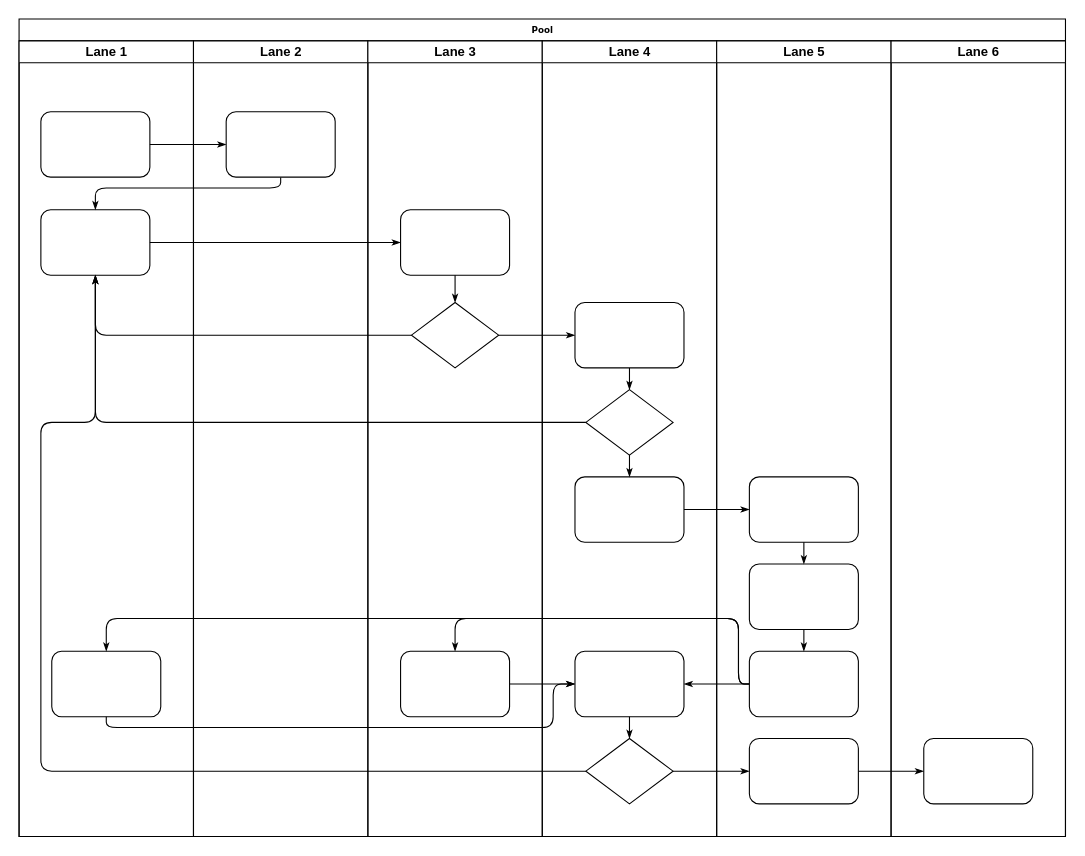
AhmadUbaidillah12/internship keeps this draw.io diagram as Untitled Diagram.drawio. Above is the earlier version. Source tidied: cells renumbered, new cells numbered last; positions are measured from the earlier drawing's top-left corner, leaving out a move shared by most shapes. Both pictures are drawn from the tidied source at 109%, with x=0, y=0 at pixel (19, 19).
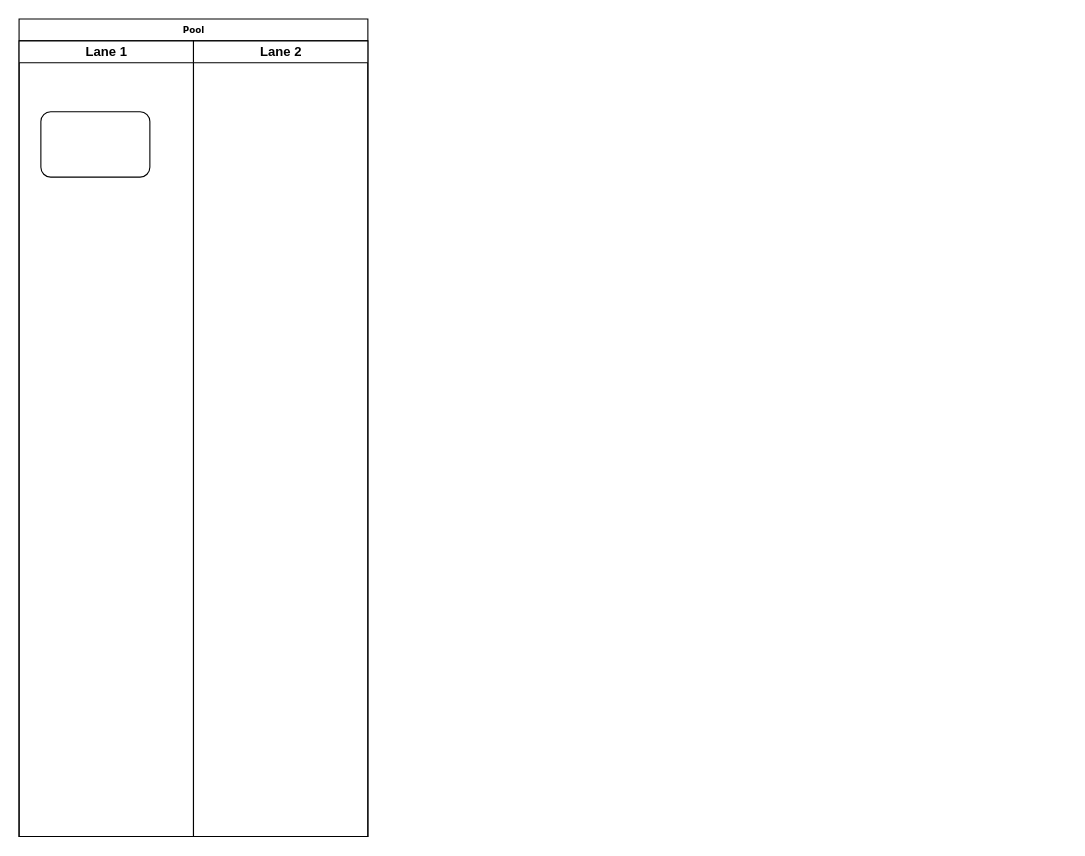
After the change.

The change refers to these unchanged cells:
```xml
<mxCell id="3" value="Lane 1" style="swimlane;html=1;startSize=20;" parent="2" vertex="1">
  <mxGeometry y="20" width="160" height="730" as="geometry" />
</mxCell>
<mxCell id="4" style="rounded=1;whiteSpace=wrap;html=1;shadow=0;labelBackgroundColor=none;strokeWidth=1;fontFamily=Verdana;fontSize=8;align=center;" parent="3" vertex="1">
  <mxGeometry x="20" y="65" width="100" height="60" as="geometry" />
</mxCell>
<mxCell id="22" value="Lane 2" style="swimlane;html=1;startSize=20;" parent="2" vertex="1">
  <mxGeometry x="160" y="20" width="160" height="730" as="geometry" />
</mxCell>
```

The edit, as a diff of the source:
```diff
@@
     <mxCell id="2" value="Pool" style="swimlane;html=1;startSize=20;rounded=0;shadow=0;labelBackgroundColor=none;strokeWidth=1;fontFamily=Verdana;fontSize=8;align=center;" parent="1" vertex="1">
-      <mxGeometry width="960" height="750" as="geometry" />
+      <mxGeometry width="320" height="750" as="geometry" />
     </mxCell>
@@
-    <mxCell id="5" style="rounded=1;whiteSpace=wrap;html=1;shadow=0;labelBackgroundColor=none;strokeWidth=1;fontFamily=Verdana;fontSize=8;align=center;" parent="3" vertex="1">
-      <mxGeometry x="20" y="155" width="100" height="60" as="geometry" />
-    </mxCell>
-    <mxCell id="6" style="rounded=1;whiteSpace=wrap;html=1;shadow=0;labelBackgroundColor=none;strokeWidth=1;fontFamily=Verdana;fontSize=8;align=center;" parent="3" vertex="1">
-      <mxGeometry x="30" y="560" width="100" height="60" as="geometry" />
-    </mxCell>
-    <mxCell id="7" style="edgeStyle=orthogonalEdgeStyle;rounded=1;html=1;labelBackgroundColor=none;startArrow=none;startFill=0;startSize=5;endArrow=classicThin;endFill=1;endSize=5;jettySize=auto;strokeWidth=1;fontFamily=Verdana;fontSize=8;" parent="2" edge="1" source="4" target="23">
-      <mxGeometry relative="1" as="geometry" />
-    </mxCell>
-    <mxCell id="8" style="edgeStyle=orthogonalEdgeStyle;rounded=1;html=1;labelBackgroundColor=none;startArrow=none;startFill=0;startSize=5;endArrow=classicThin;endFill=1;endSize=5;jettySize=auto;strokeWidth=1;fontFamily=Verdana;fontSize=8;" parent="2" edge="1" source="23" target="5">
-      <mxGeometry relative="1" as="geometry">
-        <Array as="points">
-          <mxPoint x="240" y="155" />
-          <mxPoint x="70" y="155" />
-        </Array>
-      </mxGeometry>
-    </mxCell>
-    <mxCell id="9" style="edgeStyle=orthogonalEdgeStyle;rounded=1;html=1;labelBackgroundColor=none;startArrow=none;startFill=0;startSize=5;endArrow=classicThin;endFill=1;endSize=5;jettySize=auto;strokeWidth=1;fontFamily=Verdana;fontSize=8;" parent="2" edge="1" source="5" target="25">
-      <mxGeometry relative="1" as="geometry" />
-    </mxCell>
-    <mxCell id="10" style="edgeStyle=orthogonalEdgeStyle;rounded=1;html=1;labelBackgroundColor=none;startArrow=none;startFill=0;startSize=5;endArrow=classicThin;endFill=1;endSize=5;jettySize=auto;strokeWidth=1;fontFamily=Verdana;fontSize=8;" parent="2" edge="1" source="26" target="5">
-      <mxGeometry relative="1" as="geometry" />
-    </mxCell>
-    <mxCell id="11" style="edgeStyle=orthogonalEdgeStyle;rounded=1;html=1;labelBackgroundColor=none;startArrow=none;startFill=0;startSize=5;endArrow=classicThin;endFill=1;endSize=5;jettySize=auto;strokeWidth=1;fontFamily=Verdana;fontSize=8;" parent="2" edge="1" source="31" target="5">
-      <mxGeometry relative="1" as="geometry" />
-    </mxCell>
-    <mxCell id="12" style="edgeStyle=orthogonalEdgeStyle;rounded=1;html=1;labelBackgroundColor=none;startArrow=none;startFill=0;startSize=5;endArrow=classicThin;endFill=1;endSize=5;jettySize=auto;strokeWidth=1;fontFamily=Verdana;fontSize=8;" parent="2" edge="1" source="34" target="5">
-      <mxGeometry relative="1" as="geometry">
-        <Array as="points">
-          <mxPoint x="20" y="690" />
-          <mxPoint x="20" y="370" />
-          <mxPoint x="70" y="370" />
-        </Array>
-      </mxGeometry>
-    </mxCell>
-    <mxCell id="13" style="edgeStyle=orthogonalEdgeStyle;rounded=1;html=1;labelBackgroundColor=none;startArrow=none;startFill=0;startSize=5;endArrow=classicThin;endFill=1;endSize=5;jettySize=auto;strokeWidth=1;fontFamily=Verdana;fontSize=8;" parent="2" edge="1" source="26" target="30">
-      <mxGeometry relative="1" as="geometry" />
+    <mxCell id="13" style="edgeStyle=orthogonalEdgeStyle;rounded=1;html=1;labelBackgroundColor=none;startArrow=none;startFill=0;startSize=5;endArrow=classicThin;endFill=1;endSize=5;jettySize=auto;orthogonalLoop=1;strokeWidth=1;fontFamily=Verdana;fontSize=8;" parent="2" edge="1">
+      <mxGeometry relative="1" as="geometry">
+        <mxPoint x="440" y="290" as="sourcePoint" />
+      </mxGeometry>
     </mxCell>
-    <mxCell id="14" style="edgeStyle=orthogonalEdgeStyle;rounded=1;html=1;labelBackgroundColor=none;startArrow=none;startFill=0;startSize=5;endArrow=classicThin;endFill=1;endSize=5;jettySize=auto;strokeWidth=1;fontFamily=Verdana;fontSize=8;" parent="2" edge="1" source="34" target="42">
-      <mxGeometry relative="1" as="geometry" />
+    <mxCell id="14" style="edgeStyle=orthogonalEdgeStyle;rounded=1;html=1;labelBackgroundColor=none;startArrow=none;startFill=0;startSize=5;endArrow=classicThin;endFill=1;endSize=5;jettySize=auto;orthogonalLoop=1;strokeWidth=1;fontFamily=Verdana;fontSize=8;" parent="2" edge="1">
+      <mxGeometry relative="1" as="geometry">
+        <mxPoint x="600" y="690" as="sourcePoint" />
+      </mxGeometry>
     </mxCell>
-    <mxCell id="15" style="edgeStyle=orthogonalEdgeStyle;rounded=1;html=1;labelBackgroundColor=none;startArrow=none;startFill=0;startSize=5;endArrow=classicThin;endFill=1;endSize=5;jettySize=auto;strokeWidth=1;fontFamily=Verdana;fontSize=8;" parent="2" edge="1" source="42" target="46">
-      <mxGeometry relative="1" as="geometry" />
+    <mxCell id="15" style="edgeStyle=orthogonalEdgeStyle;rounded=1;html=1;labelBackgroundColor=none;startArrow=none;startFill=0;startSize=5;endArrow=classicThin;endFill=1;endSize=5;jettySize=auto;orthogonalLoop=1;strokeWidth=1;fontFamily=Verdana;fontSize=8;" parent="2" edge="1">
+      <mxGeometry relative="1" as="geometry">
+        <mxPoint x="770" y="690" as="sourcePoint" />
+      </mxGeometry>
     </mxCell>
-    <mxCell id="16" style="edgeStyle=orthogonalEdgeStyle;rounded=1;html=1;labelBackgroundColor=none;startArrow=none;startFill=0;startSize=5;endArrow=classicThin;endFill=1;endSize=5;jettySize=auto;strokeWidth=1;fontFamily=Verdana;fontSize=8;" parent="2" edge="1" source="32" target="39">
-      <mxGeometry relative="1" as="geometry" />
+    <mxCell id="16" style="edgeStyle=orthogonalEdgeStyle;rounded=1;html=1;labelBackgroundColor=none;startArrow=none;startFill=0;startSize=5;endArrow=classicThin;endFill=1;endSize=5;jettySize=auto;orthogonalLoop=1;strokeWidth=1;fontFamily=Verdana;fontSize=8;" parent="2" edge="1">
+      <mxGeometry relative="1" as="geometry">
+        <mxPoint x="610" y="450" as="sourcePoint" />
+      </mxGeometry>
     </mxCell>
-    <mxCell id="17" style="edgeStyle=orthogonalEdgeStyle;rounded=1;html=1;labelBackgroundColor=none;startArrow=none;startFill=0;startSize=5;endArrow=classicThin;endFill=1;endSize=5;jettySize=auto;strokeWidth=1;fontFamily=Verdana;fontSize=8;" parent="2" edge="1" source="41" target="27">
+    <mxCell id="17" style="edgeStyle=orthogonalEdgeStyle;rounded=1;html=1;labelBackgroundColor=none;startArrow=none;startFill=0;startSize=5;endArrow=classicThin;endFill=1;endSize=5;jettySize=auto;orthogonalLoop=1;strokeWidth=1;fontFamily=Verdana;fontSize=8;" parent="2" edge="1">
       <mxGeometry relative="1" as="geometry">
+        <mxPoint x="400" y="580" as="targetPoint" />
         <Array as="points">
           <mxPoint x="660" y="610" />
           <mxPoint x="660" y="550" />
           <mxPoint x="400" y="550" />
         </Array>
       </mxGeometry>
     </mxCell>
-    <mxCell id="18" style="edgeStyle=orthogonalEdgeStyle;rounded=1;html=1;labelBackgroundColor=none;startArrow=none;startFill=0;startSize=5;endArrow=classicThin;endFill=1;endSize=5;jettySize=auto;strokeColor=#000000;strokeWidth=1;fontFamily=Verdana;fontSize=8;fontColor=#000000;" parent="2" edge="1" source="41" target="33">
-      <mxGeometry relative="1" as="geometry" />
+    <mxCell id="18" style="edgeStyle=orthogonalEdgeStyle;rounded=1;html=1;labelBackgroundColor=none;startArrow=none;startFill=0;startSize=5;endArrow=classicThin;endFill=1;endSize=5;jettySize=auto;orthogonalLoop=1;strokeColor=#000000;strokeWidth=1;fontFamily=Verdana;fontSize=8;fontColor=#000000;" parent="2" edge="1">
+      <mxGeometry relative="1" as="geometry">
+        <mxPoint x="610" y="610" as="targetPoint" />
+      </mxGeometry>
     </mxCell>
-    <mxCell id="19" style="edgeStyle=orthogonalEdgeStyle;rounded=1;html=1;labelBackgroundColor=none;startArrow=none;startFill=0;startSize=5;endArrow=classicThin;endFill=1;endSize=5;jettySize=auto;strokeWidth=1;fontFamily=Verdana;fontSize=8;" parent="2" edge="1" source="41" target="6">
-      <mxGeometry relative="1" as="geometry">
-        <Array as="points">
-          <mxPoint x="660" y="610" />
-          <mxPoint x="660" y="550" />
-          <mxPoint x="80" y="550" />
-        </Array>
-      </mxGeometry>
-    </mxCell>
-    <mxCell id="20" style="edgeStyle=orthogonalEdgeStyle;rounded=1;html=1;labelBackgroundColor=none;startArrow=none;startFill=0;startSize=5;endArrow=classicThin;endFill=1;endSize=5;jettySize=auto;strokeWidth=1;fontFamily=Verdana;fontSize=8;" parent="2" edge="1" source="6" target="33">
-      <mxGeometry relative="1" as="geometry">
-        <Array as="points">
-          <mxPoint x="80" y="650" />
-          <mxPoint x="490" y="650" />
-          <mxPoint x="490" y="610" />
-        </Array>
-      </mxGeometry>
-    </mxCell>
-    <mxCell id="21" style="edgeStyle=orthogonalEdgeStyle;rounded=1;html=1;labelBackgroundColor=none;startArrow=none;startFill=0;startSize=5;endArrow=classicThin;endFill=1;endSize=5;jettySize=auto;strokeWidth=1;fontFamily=Verdana;fontSize=8;" parent="2" edge="1" source="27" target="33">
-      <mxGeometry relative="1" as="geometry" />
+    <mxCell id="21" style="edgeStyle=orthogonalEdgeStyle;rounded=1;html=1;labelBackgroundColor=none;startArrow=none;startFill=0;startSize=5;endArrow=classicThin;endFill=1;endSize=5;jettySize=auto;orthogonalLoop=1;strokeWidth=1;fontFamily=Verdana;fontSize=8;" parent="2" edge="1">
+      <mxGeometry relative="1" as="geometry">
+        <mxPoint x="450" y="610" as="sourcePoint" />
+      </mxGeometry>
     </mxCell>
@@
-    <mxCell id="23" style="rounded=1;whiteSpace=wrap;html=1;shadow=0;labelBackgroundColor=none;strokeWidth=1;fontFamily=Verdana;fontSize=8;align=center;" parent="22" vertex="1">
-      <mxGeometry x="30" y="65" width="100" height="60" as="geometry" />
-    </mxCell>
-    <mxCell id="24" value="Lane 3" style="swimlane;html=1;startSize=20;" parent="2" vertex="1">
-      <mxGeometry x="320" y="20" width="160" height="730" as="geometry" />
-    </mxCell>
-    <mxCell id="25" style="rounded=1;whiteSpace=wrap;html=1;shadow=0;labelBackgroundColor=none;strokeWidth=1;fontFamily=Verdana;fontSize=8;align=center;" parent="24" vertex="1">
-      <mxGeometry x="30" y="155" width="100" height="60" as="geometry" />
-    </mxCell>
-    <mxCell id="26" style="rhombus;whiteSpace=wrap;html=1;rounded=0;shadow=0;labelBackgroundColor=none;strokeWidth=1;fontFamily=Verdana;fontSize=8;align=center;" parent="24" vertex="1">
-      <mxGeometry x="40" y="240" width="80" height="60" as="geometry" />
-    </mxCell>
-    <mxCell id="27" style="rounded=1;whiteSpace=wrap;html=1;shadow=0;labelBackgroundColor=none;strokeWidth=1;fontFamily=Verdana;fontSize=8;align=center;" parent="24" vertex="1">
-      <mxGeometry x="30" y="560" width="100" height="60" as="geometry" />
-    </mxCell>
-    <mxCell id="28" style="edgeStyle=orthogonalEdgeStyle;rounded=1;html=1;labelBackgroundColor=none;startArrow=none;startFill=0;startSize=5;endArrow=classicThin;endFill=1;endSize=5;jettySize=auto;strokeWidth=1;fontFamily=Verdana;fontSize=8;" parent="24" edge="1" source="25" target="26">
-      <mxGeometry relative="1" as="geometry" />
-    </mxCell>
-    <mxCell id="29" value="Lane 4" style="swimlane;html=1;startSize=20;" parent="2" vertex="1">
-      <mxGeometry x="480" y="20" width="160" height="730" as="geometry" />
-    </mxCell>
-    <mxCell id="30" style="rounded=1;whiteSpace=wrap;html=1;shadow=0;labelBackgroundColor=none;strokeWidth=1;fontFamily=Verdana;fontSize=8;align=center;" parent="29" vertex="1">
-      <mxGeometry x="30" y="240" width="100" height="60" as="geometry" />
-    </mxCell>
-    <mxCell id="31" style="rhombus;whiteSpace=wrap;html=1;rounded=0;shadow=0;labelBackgroundColor=none;strokeWidth=1;fontFamily=Verdana;fontSize=8;align=center;" parent="29" vertex="1">
-      <mxGeometry x="40" y="320" width="80" height="60" as="geometry" />
-    </mxCell>
-    <mxCell id="32" style="rounded=1;whiteSpace=wrap;html=1;shadow=0;labelBackgroundColor=none;strokeWidth=1;fontFamily=Verdana;fontSize=8;align=center;" parent="29" vertex="1">
-      <mxGeometry x="30" y="400" width="100" height="60" as="geometry" />
-    </mxCell>
-    <mxCell id="33" style="rounded=1;whiteSpace=wrap;html=1;shadow=0;labelBackgroundColor=none;strokeWidth=1;fontFamily=Verdana;fontSize=8;align=center;" parent="29" vertex="1">
-      <mxGeometry x="30" y="560" width="100" height="60" as="geometry" />
-    </mxCell>
-    <mxCell id="34" style="rhombus;whiteSpace=wrap;html=1;rounded=0;shadow=0;labelBackgroundColor=none;strokeWidth=1;fontFamily=Verdana;fontSize=8;align=center;" parent="29" vertex="1">
-      <mxGeometry x="40" y="640" width="80" height="60" as="geometry" />
-    </mxCell>
-    <mxCell id="35" style="edgeStyle=orthogonalEdgeStyle;rounded=1;html=1;labelBackgroundColor=none;startArrow=none;startFill=0;startSize=5;endArrow=classicThin;endFill=1;endSize=5;jettySize=auto;strokeColor=#000000;strokeWidth=1;fontFamily=Verdana;fontSize=8;fontColor=#000000;" parent="29" edge="1" source="30" target="31">
-      <mxGeometry relative="1" as="geometry" />
-    </mxCell>
-    <mxCell id="36" style="edgeStyle=orthogonalEdgeStyle;rounded=1;html=1;labelBackgroundColor=none;startArrow=none;startFill=0;startSize=5;endArrow=classicThin;endFill=1;endSize=5;jettySize=auto;strokeWidth=1;fontFamily=Verdana;fontSize=8;" parent="29" edge="1" source="31" target="32">
-      <mxGeometry relative="1" as="geometry" />
-    </mxCell>
-    <mxCell id="37" style="edgeStyle=orthogonalEdgeStyle;rounded=1;html=1;labelBackgroundColor=none;startArrow=none;startFill=0;startSize=5;endArrow=classicThin;endFill=1;endSize=5;jettySize=auto;strokeWidth=1;fontFamily=Verdana;fontSize=8;" parent="29" edge="1" source="33" target="34">
-      <mxGeometry relative="1" as="geometry" />
-    </mxCell>
-    <mxCell id="38" value="Lane 5" style="swimlane;html=1;startSize=20;" parent="2" vertex="1">
-      <mxGeometry x="640" y="20" width="160" height="730" as="geometry" />
-    </mxCell>
-    <mxCell id="39" style="rounded=1;whiteSpace=wrap;html=1;shadow=0;labelBackgroundColor=none;strokeWidth=1;fontFamily=Verdana;fontSize=8;align=center;" parent="38" vertex="1">
-      <mxGeometry x="30" y="400" width="100" height="60" as="geometry" />
-    </mxCell>
-    <mxCell id="40" style="rounded=1;whiteSpace=wrap;html=1;shadow=0;labelBackgroundColor=none;strokeWidth=1;fontFamily=Verdana;fontSize=8;align=center;" parent="38" vertex="1">
-      <mxGeometry x="30" y="480" width="100" height="60" as="geometry" />
-    </mxCell>
-    <mxCell id="41" style="rounded=1;whiteSpace=wrap;html=1;shadow=0;labelBackgroundColor=none;strokeWidth=1;fontFamily=Verdana;fontSize=8;align=center;" parent="38" vertex="1">
-      <mxGeometry x="30" y="560" width="100" height="60" as="geometry" />
-    </mxCell>
-    <mxCell id="42" style="rounded=1;whiteSpace=wrap;html=1;shadow=0;labelBackgroundColor=none;strokeWidth=1;fontFamily=Verdana;fontSize=8;align=center;" parent="38" vertex="1">
-      <mxGeometry x="30" y="640" width="100" height="60" as="geometry" />
-    </mxCell>
-    <mxCell id="43" style="edgeStyle=orthogonalEdgeStyle;rounded=1;html=1;labelBackgroundColor=none;startArrow=none;startFill=0;startSize=5;endArrow=classicThin;endFill=1;endSize=5;jettySize=auto;strokeWidth=1;fontFamily=Verdana;fontSize=8;" parent="38" edge="1" source="39" target="40">
-      <mxGeometry relative="1" as="geometry" />
-    </mxCell>
-    <mxCell id="44" style="edgeStyle=orthogonalEdgeStyle;rounded=1;html=1;labelBackgroundColor=none;startArrow=none;startFill=0;startSize=5;endArrow=classicThin;endFill=1;endSize=5;jettySize=auto;strokeWidth=1;fontFamily=Verdana;fontSize=8;" parent="38" edge="1" source="40" target="41">
-      <mxGeometry relative="1" as="geometry" />
-    </mxCell>
-    <mxCell id="45" value="Lane 6" style="swimlane;html=1;startSize=20;" parent="2" vertex="1">
-      <mxGeometry x="800" y="20" width="160" height="730" as="geometry" />
-    </mxCell>
-    <mxCell id="46" style="rounded=1;whiteSpace=wrap;html=1;shadow=0;labelBackgroundColor=none;strokeWidth=1;fontFamily=Verdana;fontSize=8;align=center;" parent="45" vertex="1">
-      <mxGeometry x="30" y="640" width="100" height="60" as="geometry" />
-    </mxCell>
```
